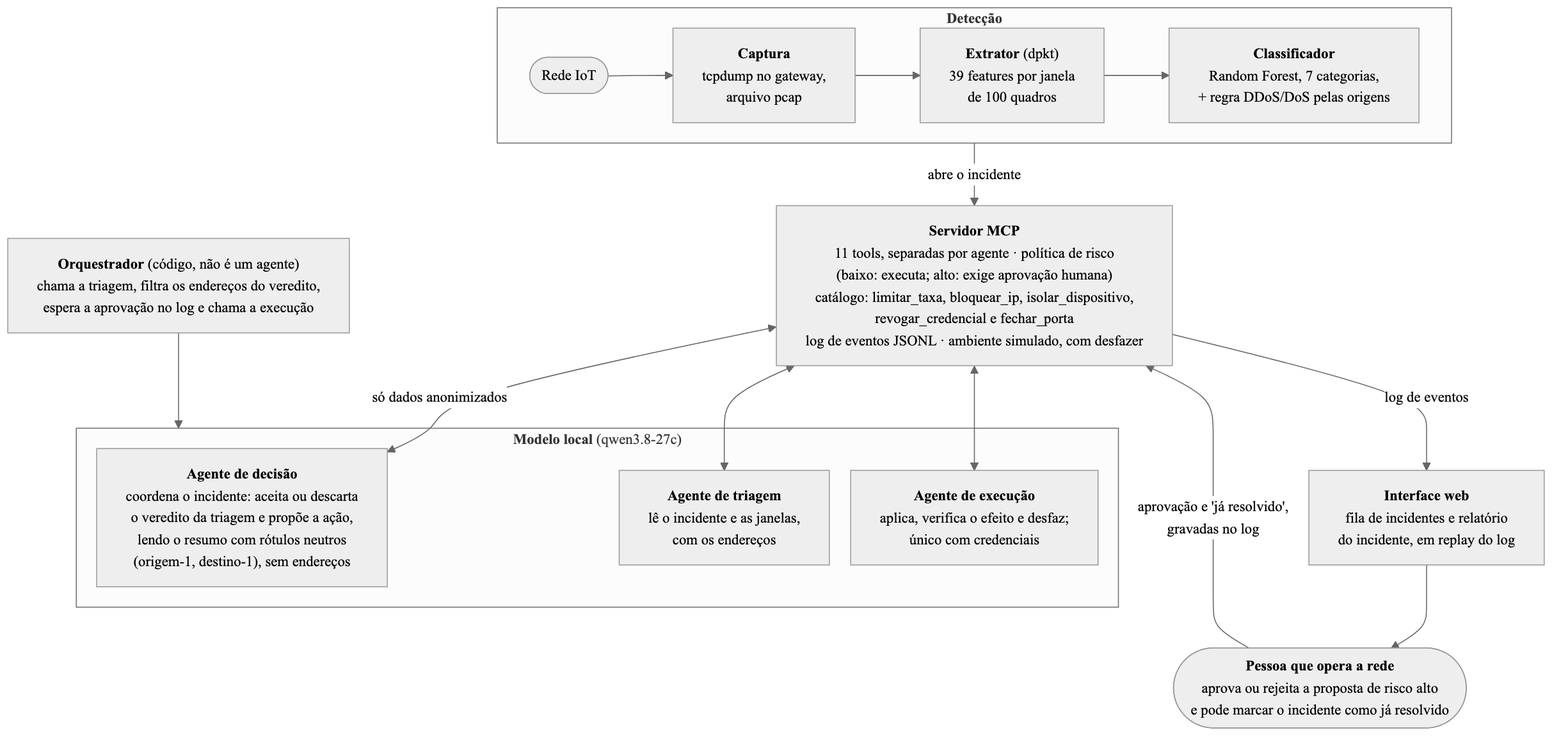
Before: artigo/figuras/arquitetura.png, a diagram exported from Mermaid (stermiix/SentryIoT). Its source is kept beside it as artigo/figuras/arquitetura.mmd.
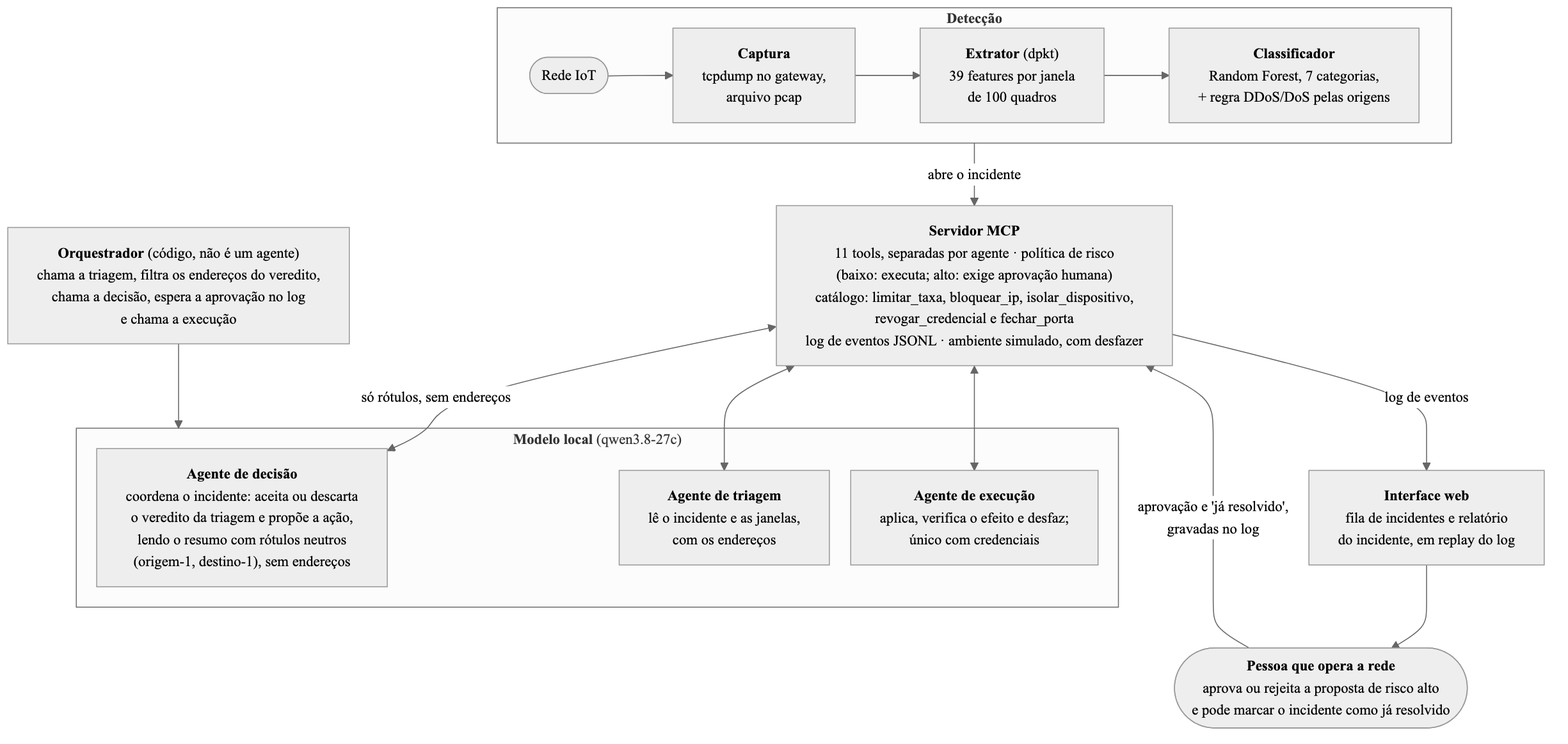
The same diagram one commit later.

Commit message:
Figuras: orquestrador chama a decisão e rótulos sem endereços (1); caminhos não exercitados na nota (4); legenda curta da matriz com a semente (5); janelas sem atacante na janela de 100 do sistema (3)

What changed in the source:
```diff
@@ -17,14 +17,14 @@
         execucao["<b>Agente de execução</b><br/>aplica, verifica o efeito e desfaz;<br/>único com credenciais"]
     end
 
-    orquestrador["<b>Orquestrador</b> (código, não é um agente)<br/>chama a triagem, filtra os endereços do veredito,<br/>espera a aprovação no log e chama a execução"]
+    orquestrador["<b>Orquestrador</b> (código, não é um agente)<br/>chama a triagem, filtra os endereços do veredito,<br/>chama a decisão, espera a aprovação no log<br/>e chama a execução"]
 
     pessoa(["<b>Pessoa que opera a rede</b><br/>aprova ou rejeita a proposta de risco alto<br/>e pode marcar o incidente como já resolvido"])
     interface["<b>Interface web</b><br/>fila de incidentes e relatório<br/>do incidente, em replay do log"]
 
     deteccao -- "abre o incidente" --> mcp
     mcp <--> triagem
-    mcp <-- "só dados anonimizados" --> decisao
+    mcp <-- "só rótulos, sem endereços" --> decisao
     mcp <--> execucao
     orquestrador --> local
     mcp -- "log de eventos" --> interface
```
